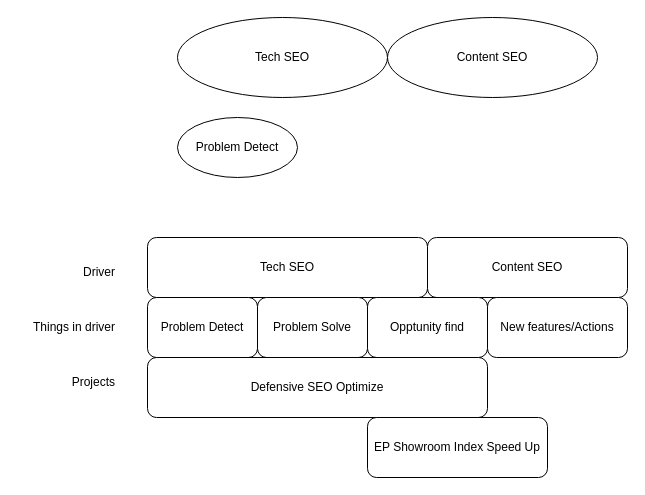
The draw.io diagram drawio/SEO_Driver.drawio in VisableHarry/seo-drawio, before the edit. Source tidied: cells renumbered, new cells numbered last; positions are measured from the earlier drawing's top-left corner, leaving out a move shared by most shapes. Both pictures are drawn from the tidied source at 100%, with x=0, y=0 at pixel (17, 17).
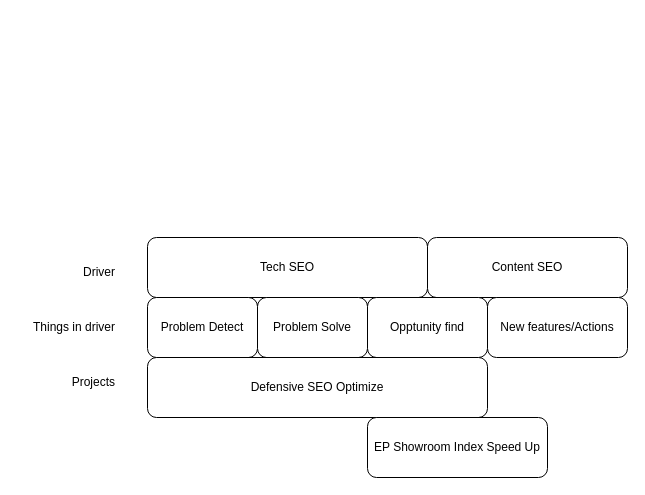
The same page after the edit.

What changed in the source:
```diff
@@
 <mxGraphModel>
   <root>
     <mxCell id="0" />
     <mxCell id="1" parent="0" />
-    <mxCell id="2" value="Tech SEO" style="ellipse;whiteSpace=wrap;html=1;" parent="1" vertex="1">
-      <mxGeometry x="160" width="210" height="80" as="geometry" />
-    </mxCell>
-    <mxCell id="3" value="Content SEO" style="ellipse;whiteSpace=wrap;html=1;" parent="1" vertex="1">
-      <mxGeometry x="370" width="210" height="80" as="geometry" />
-    </mxCell>
-    <mxCell id="4" value="Problem Detect" style="ellipse;whiteSpace=wrap;html=1;" parent="1" vertex="1">
-      <mxGeometry x="160" y="100" width="120" height="60" as="geometry" />
-    </mxCell>
     <mxCell id="5" value="Tech SEO" style="rounded=1;whiteSpace=wrap;html=1;" parent="1" vertex="1">
       <mxGeometry x="130" y="220" width="280" height="60" as="geometry" />
     </mxCell>
     <mxCell id="6" value="Content SEO" style="rounded=1;whiteSpace=wrap;html=1;" parent="1" vertex="1">
       <mxGeometry x="410" y="220" width="200" height="60" as="geometry" />
     </mxCell>
     <mxCell id="7" value="Problem Detect" style="rounded=1;whiteSpace=wrap;html=1;" parent="1" vertex="1">
       <mxGeometry x="130" y="280" width="110" height="60" as="geometry" />
     </mxCell>
     <mxCell id="8" value="Problem Solve" style="rounded=1;whiteSpace=wrap;html=1;" parent="1" vertex="1">
       <mxGeometry x="240" y="280" width="110" height="60" as="geometry" />
     </mxCell>
     <mxCell id="9" value="Opptunity find" style="rounded=1;whiteSpace=wrap;html=1;" parent="1" vertex="1">
       <mxGeometry x="350" y="280" width="120" height="60" as="geometry" />
     </mxCell>
     <mxCell id="10" value="Defensive SEO Optimize" style="rounded=1;whiteSpace=wrap;html=1;" parent="1" vertex="1">
       <mxGeometry x="130" y="340" width="340" height="60" as="geometry" />
     </mxCell>
     <mxCell id="11" value="Driver" style="text;html=1;whiteSpace=wrap;strokeColor=none;fillColor=none;align=right;verticalAlign=middle;rounded=0;" parent="1" vertex="1">
       <mxGeometry x="40" y="240" width="60" height="30" as="geometry" />
     </mxCell>
     <mxCell id="12" value="Things in driver" style="text;html=1;whiteSpace=wrap;strokeColor=none;fillColor=none;align=right;verticalAlign=middle;rounded=0;" parent="1" vertex="1">
       <mxGeometry y="295" width="100" height="30" as="geometry" />
     </mxCell>
     <mxCell id="13" value="Projects" style="text;html=1;whiteSpace=wrap;strokeColor=none;fillColor=none;align=right;verticalAlign=middle;rounded=0;" parent="1" vertex="1">
       <mxGeometry y="350" width="100" height="30" as="geometry" />
     </mxCell>
     <mxCell id="14" value="EP Showroom Index Speed Up" style="rounded=1;whiteSpace=wrap;html=1;" parent="1" vertex="1">
       <mxGeometry x="350" y="400" width="180" height="60" as="geometry" />
     </mxCell>
     <mxCell id="15" value="New features/Actions" style="rounded=1;whiteSpace=wrap;html=1;" parent="1" vertex="1">
       <mxGeometry x="470" y="280" width="140" height="60" as="geometry" />
     </mxCell>
   </root>
 </mxGraphModel>
```
